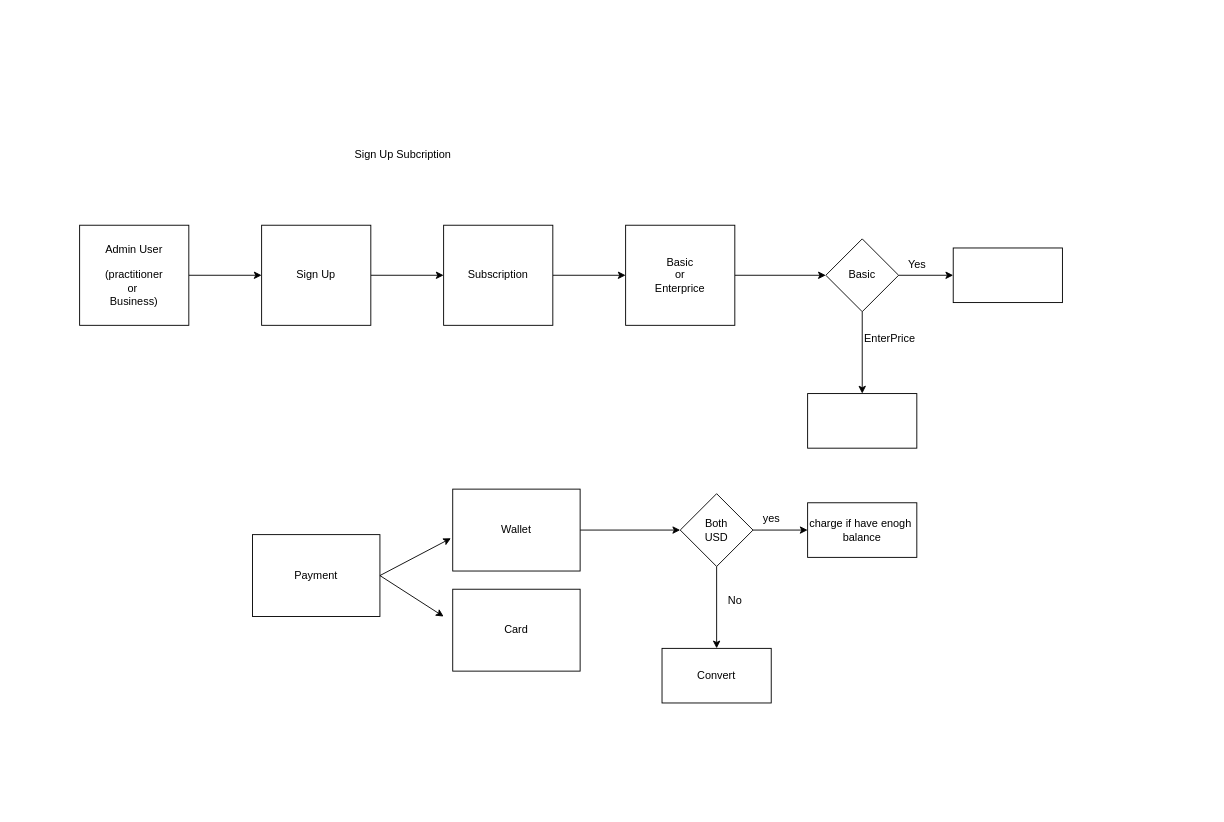
Before: admin subscription.drawio in mamun4023/diagrams, a draw.io diagram. Source tidied: cells renumbered, new cells numbered last; positions are measured from the earlier drawing's top-left corner, leaving out a move shared by most shapes. Both pictures are drawn from the tidied source at 91%, with x=0, y=0 at pixel (79, 141).
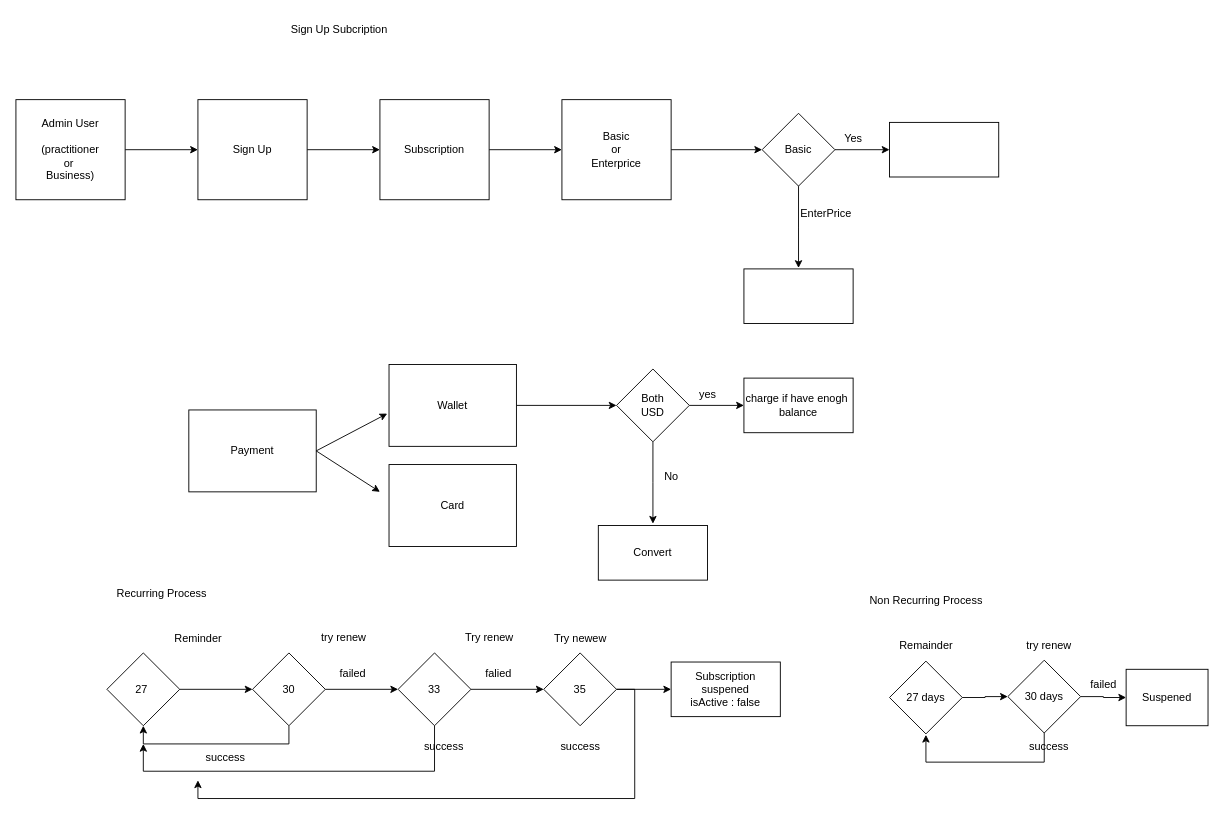
Above is the later version.

Change to the diagram source:
```diff
@@
     <mxCell id="3" value="Admin User&lt;br&gt;&lt;br&gt;(practitioner&lt;br&gt;or&amp;nbsp;&lt;br&gt;Business)" style="rounded=0;whiteSpace=wrap;html=1;" parent="1" vertex="1">
-      <mxGeometry y="92" width="120" height="110" as="geometry" />
+      <mxGeometry x="-70" y="-46" width="120" height="110" as="geometry" />
     </mxCell>
     <mxCell id="4" value="Sign Up Subcription&lt;br&gt;" style="text;html=1;align=center;verticalAlign=middle;strokeColor=none;fillColor=none;" parent="1" vertex="1">
-      <mxGeometry x="290" width="130" height="30" as="geometry" />
+      <mxGeometry x="220" y="-138" width="130" height="30" as="geometry" />
     </mxCell>
@@
     <mxCell id="6" value="Sign Up" style="rounded=0;whiteSpace=wrap;html=1;" parent="1" vertex="1">
-      <mxGeometry x="200" y="92" width="120" height="110" as="geometry" />
+      <mxGeometry x="130" y="-46" width="120" height="110" as="geometry" />
     </mxCell>
@@
     <mxCell id="8" value="Subscription" style="rounded=0;whiteSpace=wrap;html=1;" parent="1" vertex="1">
-      <mxGeometry x="400" y="92" width="120" height="110" as="geometry" />
+      <mxGeometry x="330" y="-46" width="120" height="110" as="geometry" />
     </mxCell>
@@
     <mxCell id="10" value="Basic&lt;br&gt;or&lt;br&gt;Enterprice" style="rounded=0;whiteSpace=wrap;html=1;" parent="1" vertex="1">
-      <mxGeometry x="600" y="92" width="120" height="110" as="geometry" />
+      <mxGeometry x="530" y="-46" width="120" height="110" as="geometry" />
     </mxCell>
@@
-    <mxCell id="12" style="edgeStyle=orthogonalEdgeStyle;rounded=0;jettySize=auto;html=1;" parent="1" edge="1" source="13" target="16">
-      <mxGeometry relative="1" as="geometry" />
+    <mxCell id="12" style="edgeStyle=orthogonalEdgeStyle;rounded=0;jettySize=auto;html=1;" parent="1" edge="1" source="13">
+      <mxGeometry relative="1" as="geometry">
+        <mxPoint x="790" y="139" as="targetPoint" />
+      </mxGeometry>
     </mxCell>
     <mxCell id="13" value="Basic" style="rhombus;whiteSpace=wrap;html=1;rounded=0;" parent="1" vertex="1">
-      <mxGeometry x="820" y="107" width="80" height="80" as="geometry" />
+      <mxGeometry x="750" y="-31" width="80" height="80" as="geometry" />
     </mxCell>
     <mxCell id="14" style="whiteSpace=wrap;html=1;rounded=0;" parent="1" vertex="1">
-      <mxGeometry x="960" y="117" width="120" height="60" as="geometry" />
+      <mxGeometry x="890" y="-21" width="120" height="60" as="geometry" />
     </mxCell>
     <mxCell id="15" value="Yes" style="text;html=1;align=center;verticalAlign=middle;strokeColor=none;fillColor=none;" parent="1" vertex="1">
-      <mxGeometry x="900" y="120" width="40" height="30" as="geometry" />
+      <mxGeometry x="830" y="-18" width="40" height="30" as="geometry" />
     </mxCell>
     <mxCell id="16" style="whiteSpace=wrap;html=1;rounded=0;" parent="1" vertex="1">
-      <mxGeometry x="800" y="277" width="120" height="60" as="geometry" />
+      <mxGeometry x="730" y="140" width="120" height="60" as="geometry" />
     </mxCell>
     <mxCell id="17" value="EnterPrice" style="text;html=1;align=center;verticalAlign=middle;strokeColor=none;fillColor=none;" parent="1" vertex="1">
-      <mxGeometry x="850" y="202" width="80" height="30" as="geometry" />
+      <mxGeometry x="780" y="64" width="80" height="30" as="geometry" />
     </mxCell>
     <mxCell id="18" value="Payment" style="rounded=0;whiteSpace=wrap;html=1;" parent="1" vertex="1">
-      <mxGeometry x="190" y="432" width="140" height="90" as="geometry" />
+      <mxGeometry x="120" y="295" width="140" height="90" as="geometry" />
     </mxCell>
@@
     <mxCell id="20" value="Wallet" style="rounded=0;whiteSpace=wrap;html=1;" parent="1" vertex="1">
-      <mxGeometry x="410" y="382" width="140" height="90" as="geometry" />
+      <mxGeometry x="340" y="245" width="140" height="90" as="geometry" />
     </mxCell>
     <mxCell id="21" value="Card" style="rounded=0;whiteSpace=wrap;html=1;" parent="1" vertex="1">
-      <mxGeometry x="410" y="492" width="140" height="90" as="geometry" />
+      <mxGeometry x="340" y="355" width="140" height="90" as="geometry" />
     </mxCell>
@@
     <mxCell id="23" style="endArrow=classic;html=1;rounded=0;exitX=1;exitY=0.5;exitDx=0;exitDy=0;" parent="1" edge="1" source="18">
       <mxGeometry relative="1" as="geometry">
-        <mxPoint x="400" y="522" as="targetPoint" />
+        <mxPoint x="330" y="385" as="targetPoint" />
       </mxGeometry>
     </mxCell>
@@
-    <mxCell id="25" style="edgeStyle=orthogonalEdgeStyle;rounded=0;jettySize=auto;html=1;" parent="1" edge="1" source="26" target="29">
-      <mxGeometry relative="1" as="geometry" />
+    <mxCell id="25" style="edgeStyle=orthogonalEdgeStyle;rounded=0;jettySize=auto;html=1;" parent="1" edge="1" source="26">
+      <mxGeometry relative="1" as="geometry">
+        <mxPoint x="630" y="420" as="targetPoint" />
+      </mxGeometry>
     </mxCell>
     <mxCell id="26" value="Both&lt;br&gt;USD" style="rhombus;whiteSpace=wrap;html=1;rounded=0;" parent="1" vertex="1">
-      <mxGeometry x="660" y="387" width="80" height="80" as="geometry" />
+      <mxGeometry x="590" y="250" width="80" height="80" as="geometry" />
     </mxCell>
     <mxCell id="27" value="charge if have enogh&amp;nbsp;&lt;br&gt;balance" style="rounded=0;whiteSpace=wrap;html=1;" parent="1" vertex="1">
-      <mxGeometry x="800" y="397" width="120" height="60" as="geometry" />
+      <mxGeometry x="730" y="260" width="120" height="60" as="geometry" />
     </mxCell>
     <mxCell id="28" value="yes" style="text;html=1;align=center;verticalAlign=middle;strokeColor=none;fillColor=none;" parent="1" vertex="1">
-      <mxGeometry x="740" y="400" width="40" height="30" as="geometry" />
+      <mxGeometry x="670" y="263" width="40" height="30" as="geometry" />
     </mxCell>
     <mxCell id="29" value="Convert" style="whiteSpace=wrap;html=1;rounded=0;" parent="1" vertex="1">
-      <mxGeometry x="640" y="557" width="120" height="60" as="geometry" />
+      <mxGeometry x="570" y="422" width="120" height="60" as="geometry" />
     </mxCell>
     <mxCell id="30" value="No" style="text;html=1;align=center;verticalAlign=middle;strokeColor=none;fillColor=none;" parent="1" vertex="1">
-      <mxGeometry x="700" y="490" width="40" height="30" as="geometry" />
+      <mxGeometry x="630" y="353" width="40" height="30" as="geometry" />
     </mxCell>
+    <mxCell id="31" style="edgeStyle=orthogonalEdgeStyle;rounded=0;jettySize=auto;html=1;" parent="1" edge="1" source="32" target="35">
+      <mxGeometry relative="1" as="geometry" />
+    </mxCell>
+    <mxCell id="32" value="27&amp;nbsp;" style="rhombus;whiteSpace=wrap;html=1;" parent="1" vertex="1">
+      <mxGeometry x="30" y="562" width="80" height="80" as="geometry" />
+    </mxCell>
+    <mxCell id="33" style="edgeStyle=orthogonalEdgeStyle;rounded=0;jettySize=auto;html=1;" parent="1" edge="1" source="35" target="38">
+      <mxGeometry relative="1" as="geometry" />
+    </mxCell>
+    <mxCell id="34" style="edgeStyle=orthogonalEdgeStyle;rounded=0;jettySize=auto;html=1;entryX=0.5;entryY=1;entryDx=0;entryDy=0;" parent="1" edge="1" source="35" target="32">
+      <mxGeometry relative="1" as="geometry">
+        <Array as="points">
+          <mxPoint x="230" y="662" />
+          <mxPoint x="70" y="662" />
+        </Array>
+      </mxGeometry>
+    </mxCell>
+    <mxCell id="35" value="30" style="rhombus;whiteSpace=wrap;html=1;" parent="1" vertex="1">
+      <mxGeometry x="190" y="562" width="80" height="80" as="geometry" />
+    </mxCell>
+    <mxCell id="36" style="edgeStyle=orthogonalEdgeStyle;rounded=0;jettySize=auto;html=1;" parent="1" edge="1" source="38" target="41">
+      <mxGeometry relative="1" as="geometry" />
+    </mxCell>
+    <mxCell id="37" style="edgeStyle=orthogonalEdgeStyle;rounded=0;jettySize=auto;html=1;" parent="1" edge="1" source="38">
+      <mxGeometry relative="1" as="geometry">
+        <mxPoint x="70" y="662" as="targetPoint" />
+        <Array as="points">
+          <mxPoint x="390" y="692" />
+          <mxPoint x="70" y="692" />
+        </Array>
+      </mxGeometry>
+    </mxCell>
+    <mxCell id="38" value="33" style="rhombus;whiteSpace=wrap;html=1;" parent="1" vertex="1">
+      <mxGeometry x="350" y="562" width="80" height="80" as="geometry" />
+    </mxCell>
+    <mxCell id="39" style="edgeStyle=orthogonalEdgeStyle;rounded=0;jettySize=auto;html=1;" parent="1" edge="1" source="41">
+      <mxGeometry relative="1" as="geometry">
+        <mxPoint x="130" y="702" as="targetPoint" />
+        <Array as="points">
+          <mxPoint x="610" y="722" />
+          <mxPoint x="130" y="722" />
+        </Array>
+      </mxGeometry>
+    </mxCell>
+    <mxCell id="40" style="edgeStyle=orthogonalEdgeStyle;rounded=0;jettySize=auto;html=1;" parent="1" edge="1" source="41" target="50">
+      <mxGeometry relative="1" as="geometry" />
+    </mxCell>
+    <mxCell id="41" value="35" style="rhombus;whiteSpace=wrap;html=1;" parent="1" vertex="1">
+      <mxGeometry x="510" y="562" width="80" height="80" as="geometry" />
+    </mxCell>
+    <mxCell id="42" value="Reminder" style="text;html=1;align=center;verticalAlign=middle;strokeColor=none;fillColor=none;" parent="1" vertex="1">
+      <mxGeometry x="90" y="532" width="80" height="30" as="geometry" />
+    </mxCell>
+    <mxCell id="43" value="try renew" style="text;html=1;align=center;verticalAlign=middle;strokeColor=none;fillColor=none;" parent="1" vertex="1">
+      <mxGeometry x="255" y="530" width="70" height="30" as="geometry" />
+    </mxCell>
+    <mxCell id="44" value="success" style="text;html=1;align=center;verticalAlign=middle;strokeColor=none;fillColor=none;" parent="1" vertex="1">
+      <mxGeometry x="125" y="662" width="70" height="30" as="geometry" />
+    </mxCell>
+    <mxCell id="45" value="failed" style="text;html=1;align=center;verticalAlign=middle;strokeColor=none;fillColor=none;" parent="1" vertex="1">
+      <mxGeometry x="275" y="570" width="50" height="30" as="geometry" />
+    </mxCell>
+    <mxCell id="46" value="Try renew" style="text;html=1;align=center;verticalAlign=middle;strokeColor=none;fillColor=none;" parent="1" vertex="1">
+      <mxGeometry x="410" y="530" width="80" height="30" as="geometry" />
+    </mxCell>
+    <mxCell id="47" value="success" style="text;html=1;align=center;verticalAlign=middle;strokeColor=none;fillColor=none;" parent="1" vertex="1">
+      <mxGeometry x="365" y="650" width="70" height="30" as="geometry" />
+    </mxCell>
+    <mxCell id="48" value="falied" style="text;html=1;align=center;verticalAlign=middle;strokeColor=none;fillColor=none;" parent="1" vertex="1">
+      <mxGeometry x="435" y="570" width="50" height="30" as="geometry" />
+    </mxCell>
+    <mxCell id="49" value="success" style="text;html=1;align=center;verticalAlign=middle;strokeColor=none;fillColor=none;" parent="1" vertex="1">
+      <mxGeometry x="515" y="650" width="70" height="30" as="geometry" />
+    </mxCell>
+    <mxCell id="50" value="Subscription&lt;br&gt;suspened&lt;br&gt;isActive : false" style="whiteSpace=wrap;html=1;" parent="1" vertex="1">
+      <mxGeometry x="650" y="572" width="120" height="60" as="geometry" />
+    </mxCell>
+    <mxCell id="51" value="Try newew" style="text;html=1;align=center;verticalAlign=middle;strokeColor=none;fillColor=none;" parent="1" vertex="1">
+      <mxGeometry x="510" y="532" width="80" height="30" as="geometry" />
+    </mxCell>
+    <mxCell id="52" style="edgeStyle=orthogonalEdgeStyle;rounded=0;jettySize=auto;html=1;" parent="1" edge="1" source="53" target="56">
+      <mxGeometry relative="1" as="geometry" />
+    </mxCell>
+    <mxCell id="53" value="27 days" style="rhombus;whiteSpace=wrap;html=1;" parent="1" vertex="1">
+      <mxGeometry x="890" y="571" width="80" height="80" as="geometry" />
+    </mxCell>
+    <mxCell id="54" style="edgeStyle=orthogonalEdgeStyle;rounded=0;jettySize=auto;html=1;" parent="1" edge="1" source="56" target="58">
+      <mxGeometry relative="1" as="geometry" />
+    </mxCell>
+    <mxCell id="55" style="edgeStyle=orthogonalEdgeStyle;rounded=0;jettySize=auto;html=1;" parent="1" edge="1" source="56">
+      <mxGeometry relative="1" as="geometry">
+        <mxPoint x="930" y="652" as="targetPoint" />
+        <Array as="points">
+          <mxPoint x="1060" y="682" />
+          <mxPoint x="930" y="682" />
+        </Array>
+      </mxGeometry>
+    </mxCell>
+    <mxCell id="56" value="30 days" style="rhombus;whiteSpace=wrap;html=1;" parent="1" vertex="1">
+      <mxGeometry x="1020" y="570" width="80" height="80" as="geometry" />
+    </mxCell>
+    <mxCell id="57" value="Remainder" style="text;html=1;align=center;verticalAlign=middle;strokeColor=none;fillColor=none;" parent="1" vertex="1">
+      <mxGeometry x="890" y="539" width="80" height="30" as="geometry" />
+    </mxCell>
+    <mxCell id="58" value="Suspened" style="whiteSpace=wrap;html=1;" parent="1" vertex="1">
+      <mxGeometry x="1150" y="580" width="90" height="62" as="geometry" />
+    </mxCell>
+    <mxCell id="59" value="try renew" style="text;html=1;align=center;verticalAlign=middle;strokeColor=none;fillColor=none;" parent="1" vertex="1">
+      <mxGeometry x="1030" y="539" width="70" height="30" as="geometry" />
+    </mxCell>
+    <mxCell id="60" value="Non Recurring Process" style="text;html=1;align=center;verticalAlign=middle;strokeColor=none;fillColor=none;" parent="1" vertex="1">
+      <mxGeometry x="855" y="490" width="150" height="30" as="geometry" />
+    </mxCell>
+    <mxCell id="61" value="success" style="text;html=1;align=center;verticalAlign=middle;strokeColor=none;fillColor=none;" parent="1" vertex="1">
+      <mxGeometry x="1030" y="650" width="70" height="30" as="geometry" />
+    </mxCell>
+    <mxCell id="62" value="failed" style="text;html=1;align=center;verticalAlign=middle;strokeColor=none;fillColor=none;" parent="1" vertex="1">
+      <mxGeometry x="1100" y="582" width="50" height="30" as="geometry" />
+    </mxCell>
+    <mxCell id="63" value="Recurring Process" style="text;html=1;align=center;verticalAlign=middle;strokeColor=none;fillColor=none;" parent="1" vertex="1">
+      <mxGeometry x="30" y="482" width="120" height="30" as="geometry" />
+    </mxCell>
```
